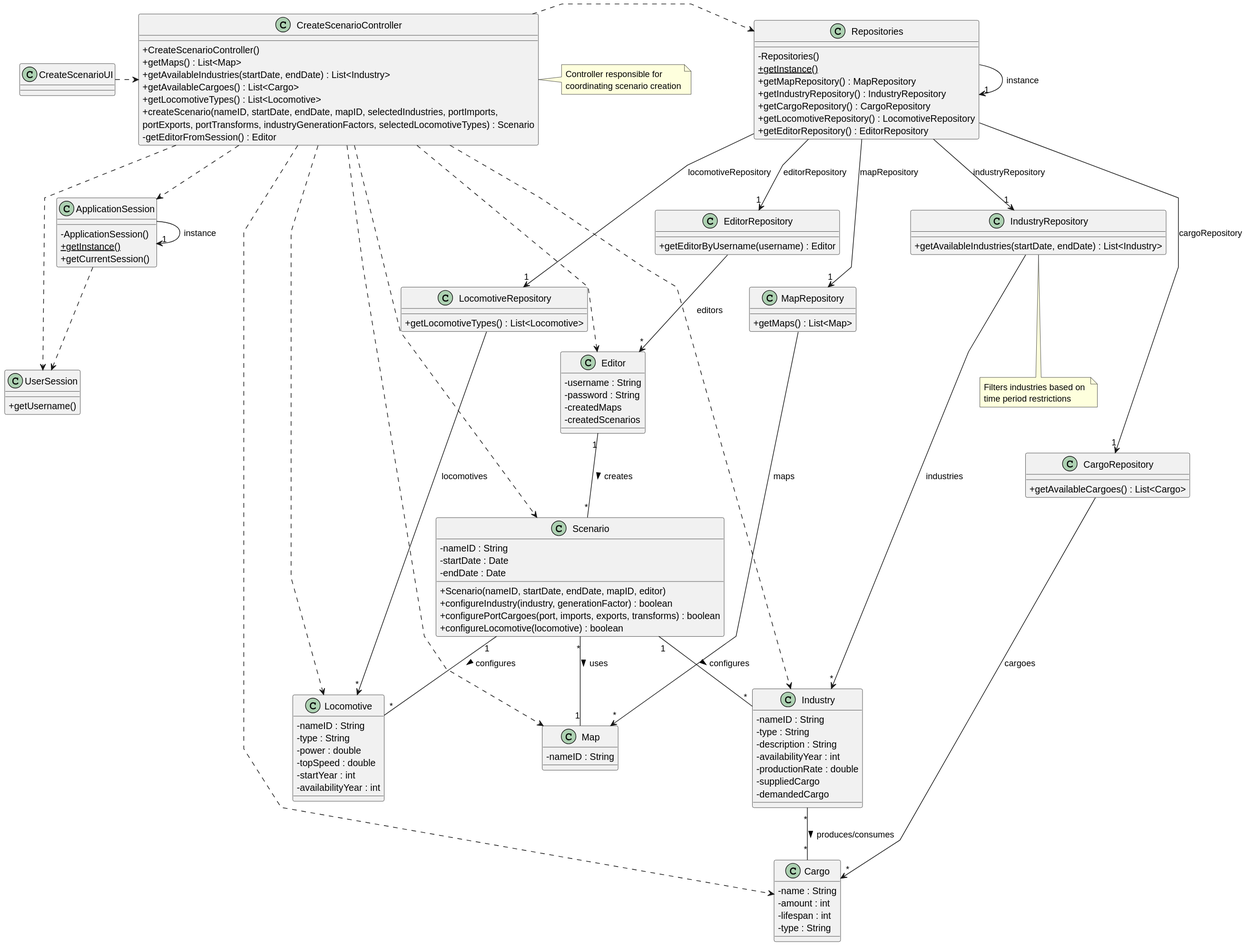
Above: docs/system-documentation/Sprint 2/US04/03.design/svg/US04-CD.svg in HenriqueSilva18/Railway-Network-Simulator (PlantUML), before the change.
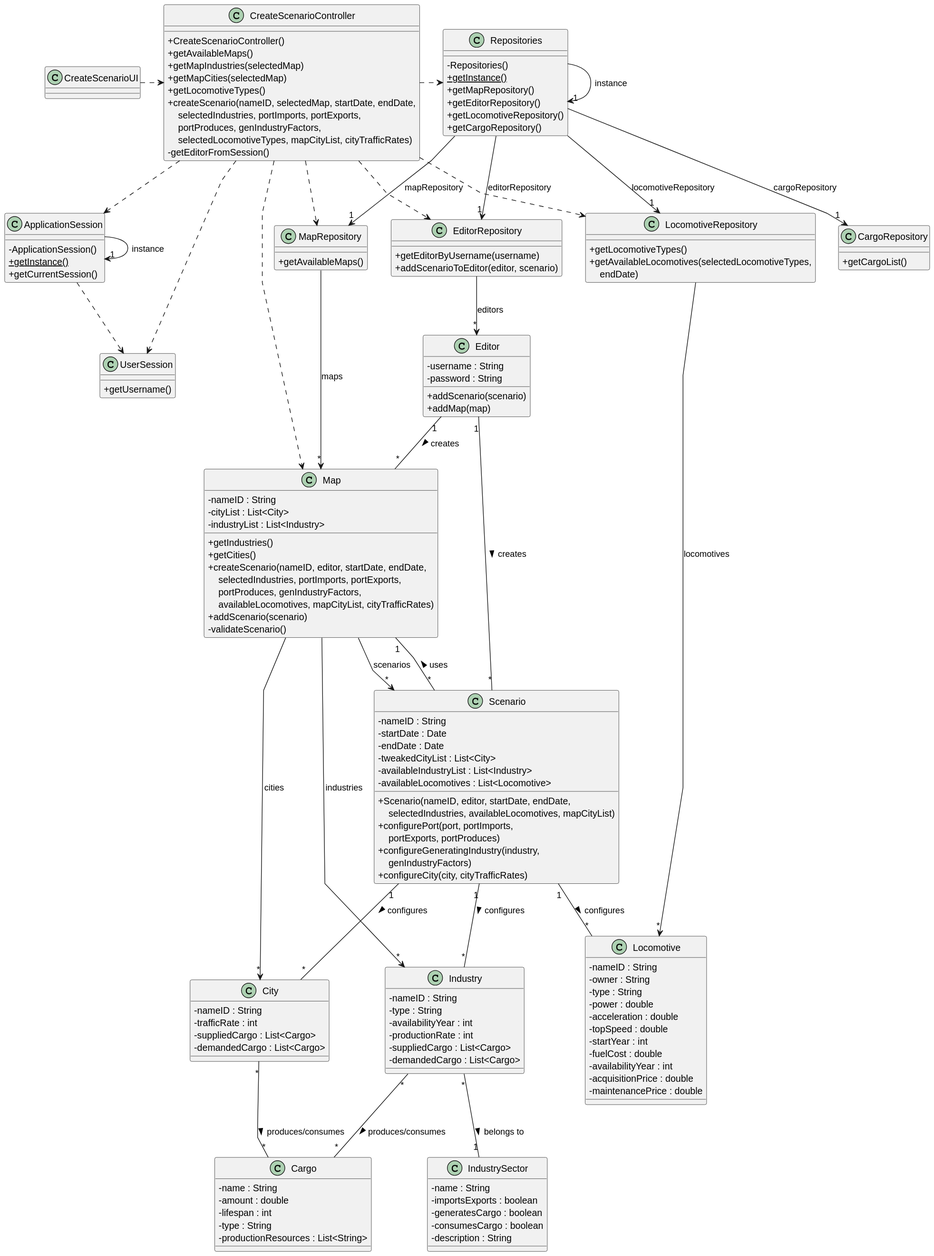
After the commit.

The edit, as a diff of the source:
```diff
@@ -6,150 +6,173 @@
 skinparam classAttributeIconSize 0
 
 
-class ApplicationSession
-{
+class ApplicationSession {
     - ApplicationSession()
     + {static} getInstance()
     + getCurrentSession()
 }
 
-class UserSession
-{
+class UserSession {
     + getUsername()
 }
 
 class Editor {
     - username : String
     - password : String
-    - createdMaps
-    - createdScenarios
+    + addScenario(scenario)
+    + addMap(map)
 }
 
 class Scenario {
     - nameID : String
     - startDate : Date
     - endDate : Date
+    - tweakedCityList : List<City>
+    - availableIndustryList : List<Industry>
+    - availableLocomotives : List<Locomotive>
 
-    + Scenario(nameID, startDate, endDate, mapID, editor)
-    + configureIndustry(industry, generationFactor) : boolean
-    + configurePortCargoes(port, imports, exports, transforms) : boolean
-    + configureLocomotive(locomotive) : boolean
+    + Scenario(nameID, editor, startDate, endDate,\n    selectedIndustries, availableLocomotives, mapCityList)
+    + configurePort(port, portImports,\n    portExports, portProduces)
+    + configureGeneratingIndustry(industry,\n    genIndustryFactors)
+    + configureCity(city, cityTrafficRates)
 }
 
 class Map {
     - nameID : String
+    - cityList : List<City>
+    - industryList : List<Industry>
+
+    + getIndustries()
+    + getCities()
+    + createScenario(nameID, editor, startDate, endDate,\n    selectedIndustries, portImports, portExports,\n    portProduces, genIndustryFactors,\n    availableLocomotives, mapCityList, cityTrafficRates)
+    + addScenario(scenario)
+    - validateScenario()
 }
 
 class Industry {
     - nameID : String
     - type : String
+    - availabilityYear : int
+    - productionRate : int
+    - suppliedCargo : List<Cargo>
+    - demandedCargo : List<Cargo>
+}
+
+class IndustrySector {
+    - name : String
+    - importsExports : boolean
+    - generatesCargo : boolean
+    - consumesCargo : boolean
     - description : String
-    - availabilityYear : int
-    - productionRate : double
-    - suppliedCargo
-    - demandedCargo
 }
 
 class Cargo {
     - name : String
-    - amount : int
+    - amount : double
     - lifespan : int
     - type : String
+    - productionResources : List<String>
+}
+
+class City {
+    - nameID : String
+    - trafficRate : int
+    - suppliedCargo : List<Cargo>
+    - demandedCargo : List<Cargo>
 }
 
 class Locomotive {
     - nameID : String
+    - owner : String
     - type : String
     - power : double
+    - acceleration : double
     - topSpeed : double
     - startYear : int
+    - fuelCost : double
     - availabilityYear : int
+    - acquisitionPrice : double
+    - maintenancePrice : double
 }
 
 class MapRepository {
-    + getMaps() : List<Map>
-}
-
-class IndustryRepository {
-    + getAvailableIndustries(startDate, endDate) : List<Industry>
+    + getAvailableMaps()
 }
 
 class CargoRepository {
-    + getAvailableCargoes() : List<Cargo>
+    + getCargoList()
+}
+
+class EditorRepository {
+    + getEditorByUsername(username)
+    + addScenarioToEditor(editor, scenario)
 }
 
 class LocomotiveRepository {
-    + getLocomotiveTypes() : List<Locomotive>
-}
-
-class EditorRepository {
-    + getEditorByUsername(username) : Editor
+    + getLocomotiveTypes()
+    + getAvailableLocomotives(selectedLocomotiveTypes,\n    endDate)
 }
 
 class Repositories {
     - Repositories()
     + {static} getInstance()
-    + getMapRepository() : MapRepository
-    + getIndustryRepository() : IndustryRepository
-    + getCargoRepository() : CargoRepository
-    + getLocomotiveRepository() : LocomotiveRepository
-    + getEditorRepository() : EditorRepository
+    + getMapRepository()
+    + getEditorRepository()
+    + getLocomotiveRepository()
+    + getCargoRepository()
 }
 
 class CreateScenarioController {
     + CreateScenarioController()
-    + getMaps() : List<Map>
-    + getAvailableIndustries(startDate, endDate) : List<Industry>
-    + getAvailableCargoes() : List<Cargo>
-    + getLocomotiveTypes() : List<Locomotive>
-    + createScenario(nameID, startDate, endDate, mapID, selectedIndustries, portImports, \nportExports, portTransforms, industryGenerationFactors, selectedLocomotiveTypes) : Scenario
-    - getEditorFromSession() : Editor
+    + getAvailableMaps()
+    + getMapIndustries(selectedMap)
+    + getMapCities(selectedMap)
+    + getLocomotiveTypes()
+    + createScenario(nameID, selectedMap, startDate, endDate,\n    selectedIndustries, portImports, portExports,\n    portProduces, genIndustryFactors,\n    selectedLocomotiveTypes, mapCityList, cityTrafficRates)
+    - getEditorFromSession()
 }
 
 class CreateScenarioUI {
 }
-
-note right of CreateScenarioController
-    Controller responsible for
-    coordinating scenario creation
-end note
-
-note bottom of IndustryRepository
-    Filters industries based on
-    time period restrictions
-end note
 
 CreateScenarioUI .> CreateScenarioController
 
 CreateScenarioController ..> ApplicationSession
 CreateScenarioController ..> UserSession
 CreateScenarioController ..> Map
-CreateScenarioController ..> Industry
-CreateScenarioController ..> Cargo
-CreateScenarioController ..> Locomotive
-CreateScenarioController ..> Editor
-CreateScenarioController ..> Scenario
+CreateScenarioController ..> MapRepository
+CreateScenarioController ..> EditorRepository
+CreateScenarioController ..> LocomotiveRepository
 CreateScenarioController .> Repositories
 
 Repositories -> "1" Repositories : instance
 Repositories --> "1" MapRepository : mapRepository
-Repositories --> "1" IndustryRepository : industryRepository
+Repositories --> "1" EditorRepository : editorRepository
+Repositories --> "1" LocomotiveRepository : locomotiveRepository
 Repositories --> "1" CargoRepository : cargoRepository
-Repositories --> "1" LocomotiveRepository : locomotiveRepository
-Repositories --> "1" EditorRepository : editorRepository
 
 ApplicationSession -> "1" ApplicationSession : instance
 ApplicationSession ..> UserSession
 
 MapRepository --> "*" Map : maps
-IndustryRepository --> "*" Industry : industries
-CargoRepository --> "*" Cargo : cargoes
-LocomotiveRepository --> "*" Locomotive : locomotives
-EditorRepository --> "*" Editor : editors
 
+Map --> "*" Industry : industries
+Map --> "*" City : cities
+Map --> "*" Scenario : scenarios
+
+Editor "1" -- "*" Map : creates >
 Editor "1" -- "*" Scenario : creates >
+
+Industry "*" -- "*" Cargo : produces/consumes >
+Industry "*" -- "1" IndustrySector : belongs to >
+
 Scenario "*" -- "1" Map : uses >
 Scenario "1" -- "*" Industry : configures >
 Scenario "1" -- "*" Locomotive : configures >
-Industry "*" -- "*" Cargo : produces/consumes >
+Scenario "1" -- "*" City : configures >
+
+City "*" -- "*" Cargo : produces/consumes >
+
+EditorRepository --> "*" Editor : editors
+LocomotiveRepository --> "*" Locomotive : locomotives
 @enduml
```
